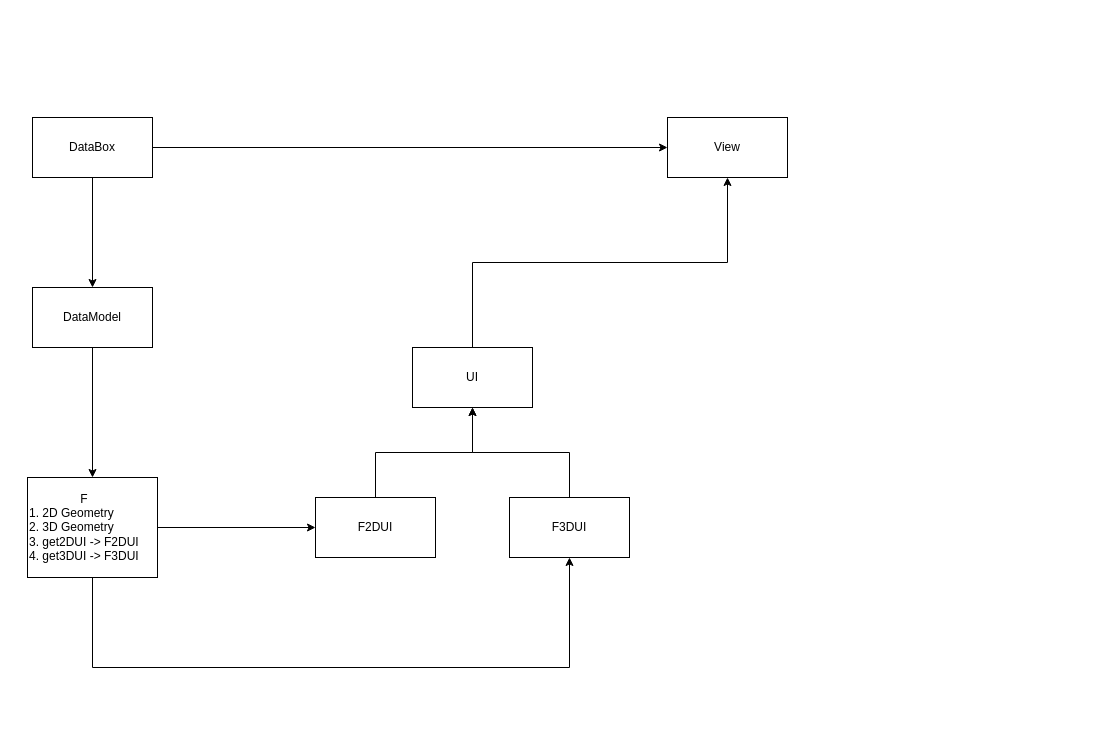
This is 架构.drawio from ue007/workflow, a draw.io file, before an edit. Source tidied: cells renumbered, new cells numbered last; positions are measured from the earlier drawing's top-left corner, leaving out a move shared by most shapes. Both pictures are drawn from the tidied source at 100%, with x=0, y=0 at pixel (27, 117).
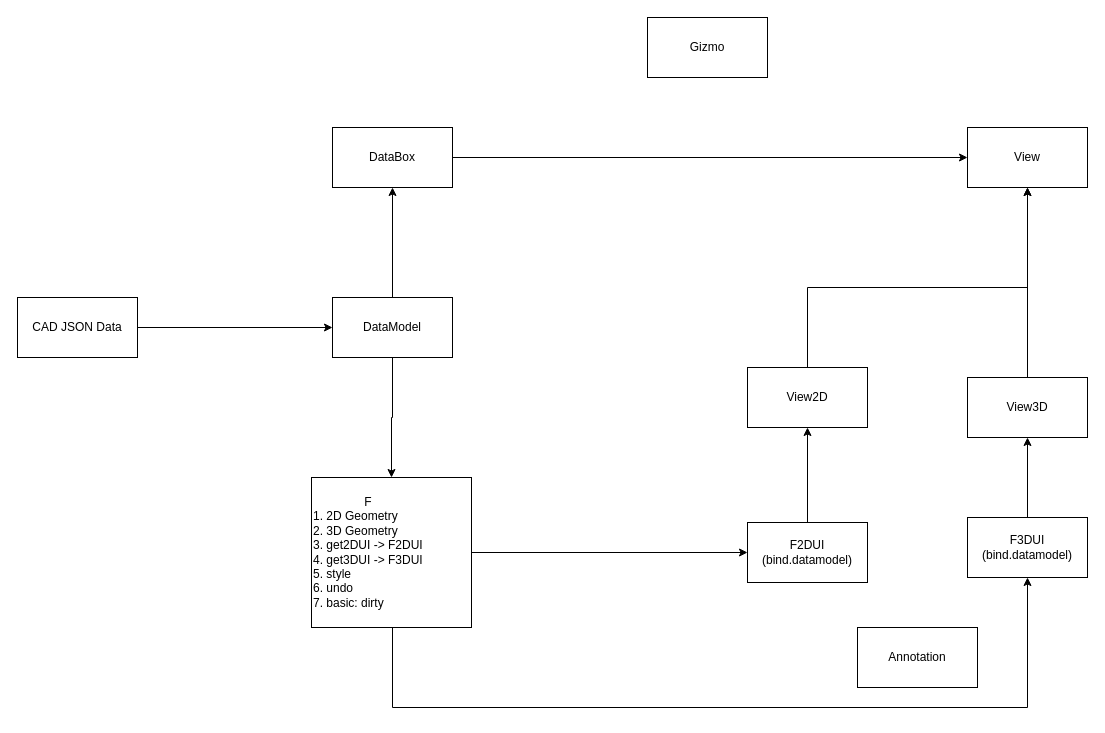
After the change.

Change to the diagram source:
```diff
@@
-    <mxCell id="3" style="edgeStyle=orthogonalEdgeStyle;rounded=0;jettySize=auto;html=1;entryX=0.5;entryY=0;entryDx=0;entryDy=0;" parent="1" edge="1" source="4" target="7">
-      <mxGeometry relative="1" as="geometry" />
-    </mxCell>
     <mxCell id="4" value="DataBox" style="rounded=0;whiteSpace=wrap;html=1;" parent="1" vertex="1">
-      <mxGeometry x="5" width="120" height="60" as="geometry" />
+      <mxGeometry x="305" y="10" width="120" height="60" as="geometry" />
     </mxCell>
     <mxCell id="5" value="View" style="rounded=0;whiteSpace=wrap;html=1;" parent="1" vertex="1">
-      <mxGeometry x="640" width="120" height="60" as="geometry" />
+      <mxGeometry x="940" y="10" width="120" height="60" as="geometry" />
     </mxCell>
@@
+    <mxCell id="17" style="edgeStyle=orthogonalEdgeStyle;rounded=0;jettySize=auto;html=1;entryX=0.5;entryY=1;entryDx=0;entryDy=0;" parent="1" edge="1" source="7" target="4">
+      <mxGeometry relative="1" as="geometry" />
+    </mxCell>
     <mxCell id="7" value="DataModel" style="rounded=0;whiteSpace=wrap;html=1;" parent="1" vertex="1">
-      <mxGeometry x="5" y="170" width="120" height="60" as="geometry" />
+      <mxGeometry x="305" y="180" width="120" height="60" as="geometry" />
     </mxCell>
@@
     <mxCell id="9" style="edgeStyle=orthogonalEdgeStyle;rounded=0;jettySize=auto;html=1;entryX=0.5;entryY=1;entryDx=0;entryDy=0;" parent="1" edge="1" source="10" target="14">
       <mxGeometry relative="1" as="geometry">
         <Array as="points">
-          <mxPoint x="65" y="550" />
-          <mxPoint x="542" y="550" />
+          <mxPoint x="365" y="590" />
+          <mxPoint x="1000" y="590" />
         </Array>
       </mxGeometry>
     </mxCell>
-    <mxCell id="10" value="&lt;div style=&quot;text-align: center&quot;&gt;&lt;span&gt;F&lt;/span&gt;&lt;/div&gt;1. 2D Geometry&lt;br&gt;2. 3D Geometry&lt;br&gt;3. get2DUI -&amp;gt; F2DUI&lt;br&gt;4. get3DUI -&amp;gt; F3DUI" style="rounded=0;whiteSpace=wrap;html=1;align=left;" parent="1" vertex="1">
-      <mxGeometry y="360" width="130" height="100" as="geometry" />
+    <mxCell id="10" value="&lt;div style=&quot;text-align: center&quot;&gt;&lt;span&gt;F&lt;/span&gt;&lt;/div&gt;1. 2D Geometry&lt;br&gt;2. 3D Geometry&lt;br&gt;3. get2DUI -&amp;gt; F2DUI&lt;br&gt;4. get3DUI -&amp;gt; F3DUI&lt;br&gt;5. style&lt;br&gt;6. undo&lt;br&gt;7. basic: dirty" style="rounded=0;whiteSpace=wrap;html=1;align=left;" parent="1" vertex="1">
+      <mxGeometry x="284" y="360" width="160" height="150" as="geometry" />
     </mxCell>
-    <mxCell id="11" style="edgeStyle=orthogonalEdgeStyle;rounded=0;jettySize=auto;html=1;entryX=0.5;entryY=1;entryDx=0;entryDy=0;" parent="1" edge="1" source="12" target="16">
-      <mxGeometry relative="1" as="geometry" />
-    </mxCell>
+    <mxCell id="18" style="edgeStyle=orthogonalEdgeStyle;rounded=0;jettySize=auto;html=1;" parent="1" edge="1" source="12" target="21">
+      <mxGeometry relative="1" as="geometry" />
+    </mxCell>
-    <mxCell id="12" value="F2DUI" style="rounded=0;whiteSpace=wrap;html=1;" parent="1" vertex="1">
-      <mxGeometry x="288" y="380" width="120" height="60" as="geometry" />
+    <mxCell id="12" value="F2DUI&lt;br&gt;(bind.datamodel)" style="rounded=0;whiteSpace=wrap;html=1;" parent="1" vertex="1">
+      <mxGeometry x="720" y="405" width="120" height="60" as="geometry" />
     </mxCell>
-    <mxCell id="13" style="edgeStyle=orthogonalEdgeStyle;rounded=0;jettySize=auto;html=1;entryX=0.5;entryY=1;entryDx=0;entryDy=0;" parent="1" edge="1" source="14" target="16">
-      <mxGeometry relative="1" as="geometry" />
-    </mxCell>
+    <mxCell id="19" style="edgeStyle=orthogonalEdgeStyle;rounded=0;jettySize=auto;html=1;" parent="1" edge="1" source="14" target="23">
+      <mxGeometry relative="1" as="geometry" />
+    </mxCell>
-    <mxCell id="14" value="F3DUI" style="rounded=0;whiteSpace=wrap;html=1;" parent="1" vertex="1">
-      <mxGeometry x="482" y="380" width="120" height="60" as="geometry" />
+    <mxCell id="14" value="F3DUI&lt;br&gt;(bind.datamodel)" style="rounded=0;whiteSpace=wrap;html=1;" parent="1" vertex="1">
+      <mxGeometry x="940" y="400" width="120" height="60" as="geometry" />
     </mxCell>
-    <mxCell id="15" style="edgeStyle=orthogonalEdgeStyle;rounded=0;jettySize=auto;html=1;entryX=0.5;entryY=1;entryDx=0;entryDy=0;exitX=0.5;exitY=0;exitDx=0;exitDy=0;" parent="1" edge="1" source="16" target="5">
-      <mxGeometry relative="1" as="geometry" />
-    </mxCell>
-    <mxCell id="16" value="UI" style="rounded=0;whiteSpace=wrap;html=1;" parent="1" vertex="1">
-      <mxGeometry x="385" y="230" width="120" height="60" as="geometry" />
-    </mxCell>
+    <mxCell id="20" style="edgeStyle=orthogonalEdgeStyle;rounded=0;jettySize=auto;html=1;" parent="1" edge="1" source="21">
+      <mxGeometry relative="1" as="geometry">
+        <mxPoint x="1000" y="70" as="targetPoint" />
+        <Array as="points">
+          <mxPoint x="780" y="170" />
+          <mxPoint x="1000" y="170" />
+        </Array>
+      </mxGeometry>
+    </mxCell>
+    <mxCell id="21" value="View2D" style="rounded=0;whiteSpace=wrap;html=1;" parent="1" vertex="1">
+      <mxGeometry x="720" y="250" width="120" height="60" as="geometry" />
+    </mxCell>
+    <mxCell id="22" style="edgeStyle=orthogonalEdgeStyle;rounded=0;jettySize=auto;html=1;" parent="1" edge="1" source="23">
+      <mxGeometry relative="1" as="geometry">
+        <mxPoint x="1000" y="70" as="targetPoint" />
+      </mxGeometry>
+    </mxCell>
+    <mxCell id="23" value="View3D" style="rounded=0;whiteSpace=wrap;html=1;" parent="1" vertex="1">
+      <mxGeometry x="940" y="260" width="120" height="60" as="geometry" />
+    </mxCell>
+    <mxCell id="24" style="edgeStyle=orthogonalEdgeStyle;rounded=0;jettySize=auto;html=1;entryX=0;entryY=0.5;entryDx=0;entryDy=0;" parent="1" edge="1" source="25" target="7">
+      <mxGeometry relative="1" as="geometry" />
+    </mxCell>
+    <mxCell id="25" value="CAD JSON Data" style="rounded=0;whiteSpace=wrap;html=1;" parent="1" vertex="1">
+      <mxGeometry x="-10" y="180" width="120" height="60" as="geometry" />
+    </mxCell>
+    <mxCell id="26" value="Annotation" style="rounded=0;whiteSpace=wrap;html=1;" parent="1" vertex="1">
+      <mxGeometry x="830" y="510" width="120" height="60" as="geometry" />
+    </mxCell>
+    <mxCell id="27" value="Gizmo" style="rounded=0;whiteSpace=wrap;html=1;" parent="1" vertex="1">
+      <mxGeometry x="620" y="-100" width="120" height="60" as="geometry" />
+    </mxCell>
```
